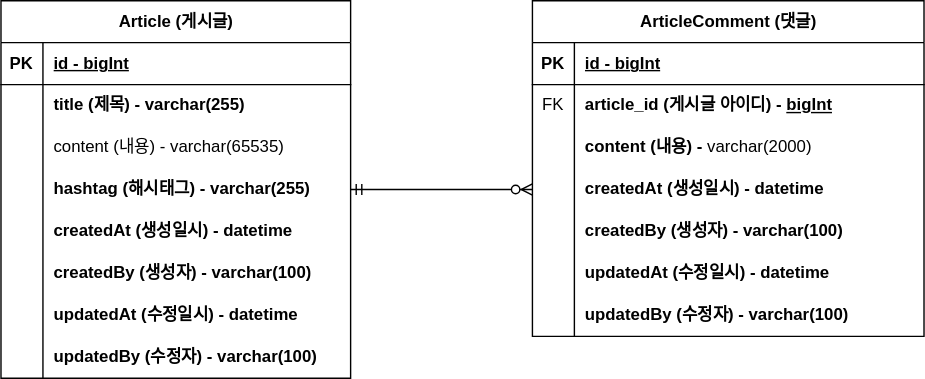
Before: document/project-board-erd.svg, a diagram exported from draw.io (badstar1004/board-project). Source tidied: cells renumbered, new cells last; positions are measured from the earlier drawing's top-left corner, leaving out a move shared by most shapes.
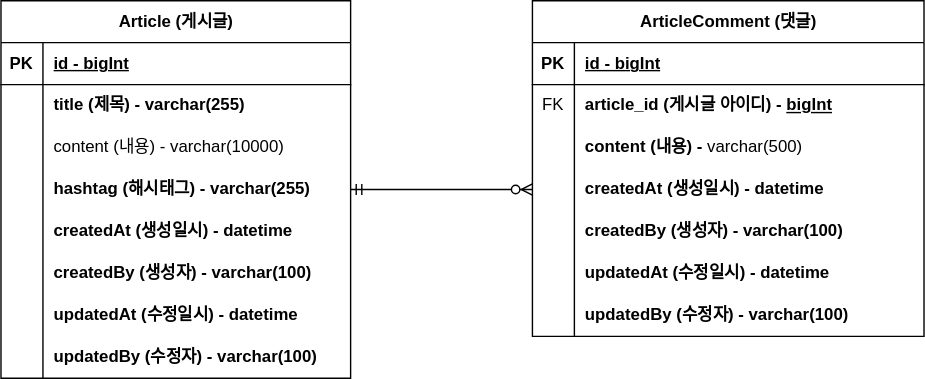
The same file after the commit.

Commit message:
#12 - erd 업데이트: content 사이즈 변경

Diff of the diagram source:
```diff
@@ -29,7 +29,7 @@
     <mxCell id="10" style="shape=partialRectangle;fillColor=none;top=0;left=0;bottom=0;right=0;overflow=hidden;whiteSpace=wrap;html=1;" parent="9" vertex="1">
       <mxGeometry width="30" height="30" as="geometry" />
     </mxCell>
-    <mxCell id="11" value="content (내용) - varchar(65535)" style="shape=partialRectangle;fillColor=none;top=0;left=0;bottom=0;right=0;align=left;spacingLeft=6;overflow=hidden;whiteSpace=wrap;html=1;" parent="9" vertex="1">
+    <mxCell id="11" value="content (내용) - varchar(10000)" style="shape=partialRectangle;fillColor=none;top=0;left=0;bottom=0;right=0;align=left;spacingLeft=6;overflow=hidden;whiteSpace=wrap;html=1;" parent="9" vertex="1">
       <mxGeometry x="30" width="220" height="30" as="geometry" />
     </mxCell>
     <mxCell id="12" style="shape=tableRow;horizontal=0;startSize=0;swimlaneHead=0;swimlaneBody=0;fillColor=none;points=[[0,0.5],[1,0.5]];portConstraint=eastwest;top=0;left=0;right=0;bottom=0;" parent="2" vertex="1">
@@ -104,7 +104,7 @@
     <mxCell id="35" style="shape=partialRectangle;fillColor=none;top=0;left=0;bottom=0;right=0;overflow=hidden;whiteSpace=wrap;html=1;" parent="34" vertex="1">
       <mxGeometry width="30" height="30" as="geometry" />
     </mxCell>
-    <mxCell id="36" value="content (내용) -&amp;nbsp;&lt;span style=&quot;font-weight: 400;&quot;&gt;varchar(2000)&lt;/span&gt;" style="shape=partialRectangle;fillColor=none;top=0;left=0;bottom=0;right=0;align=left;spacingLeft=6;overflow=hidden;whiteSpace=wrap;html=1;fontStyle=1;" parent="34" vertex="1">
+    <mxCell id="36" value="content (내용) -&amp;nbsp;&lt;span style=&quot;font-weight: 400;&quot;&gt;varchar(500)&lt;/span&gt;" style="shape=partialRectangle;fillColor=none;top=0;left=0;bottom=0;right=0;align=left;spacingLeft=6;overflow=hidden;whiteSpace=wrap;html=1;fontStyle=1;" parent="34" vertex="1">
       <mxGeometry x="30" width="250" height="30" as="geometry" />
     </mxCell>
     <mxCell id="37" style="shape=tableRow;horizontal=0;startSize=0;swimlaneHead=0;swimlaneBody=0;fillColor=none;points=[[0,0.5],[1,0.5]];portConstraint=eastwest;top=0;left=0;right=0;bottom=0;" parent="27" vertex="1">
```
